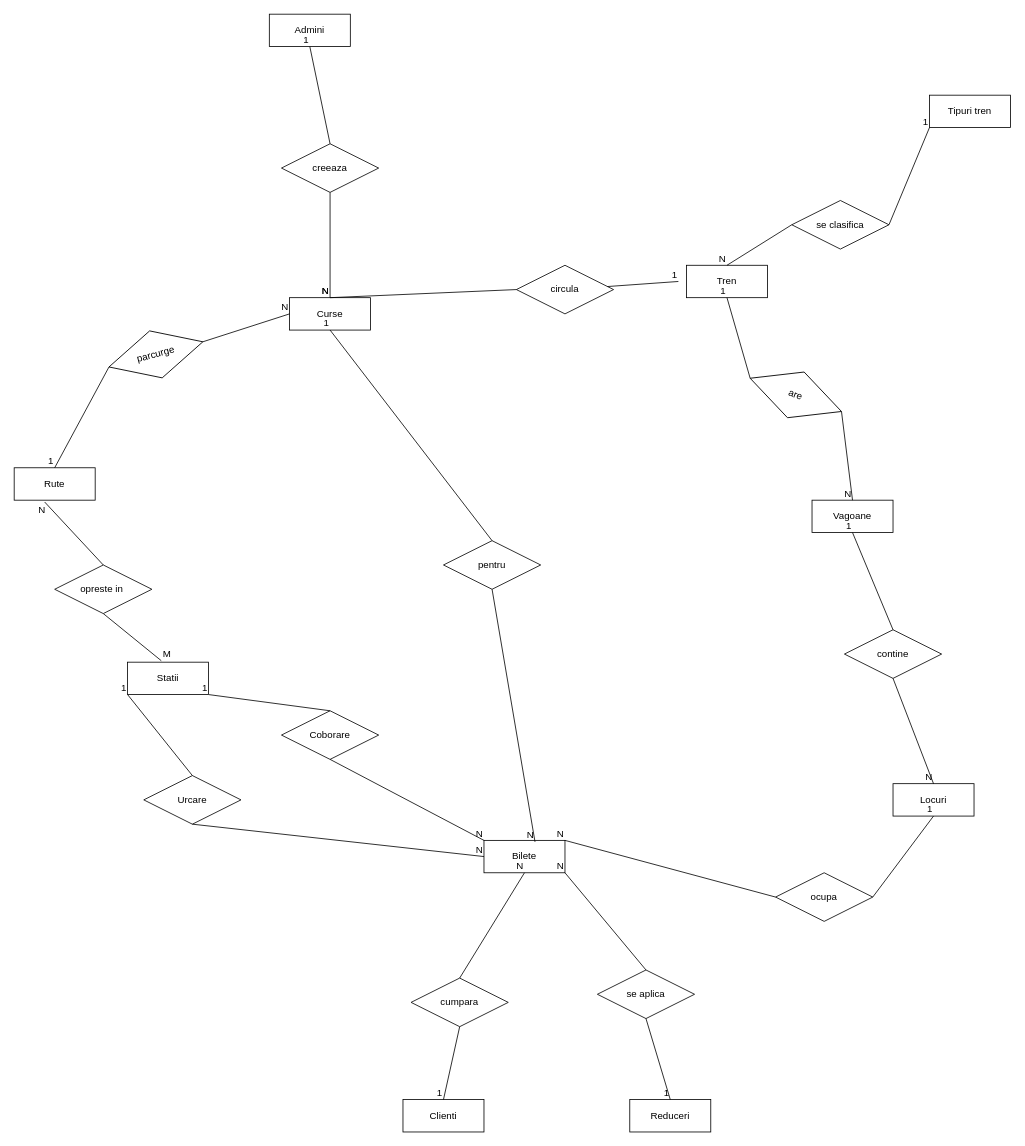
Before: diagrama_er.drawio in andrasarmasi/proiect_bd, a draw.io diagram. Source tidied: cells renumbered, new cells numbered last; positions are measured from the earlier drawing's top-left corner, leaving out a move shared by most shapes. Both pictures are drawn from the tidied source at 81%, with x=0, y=0 at pixel (14, 14).
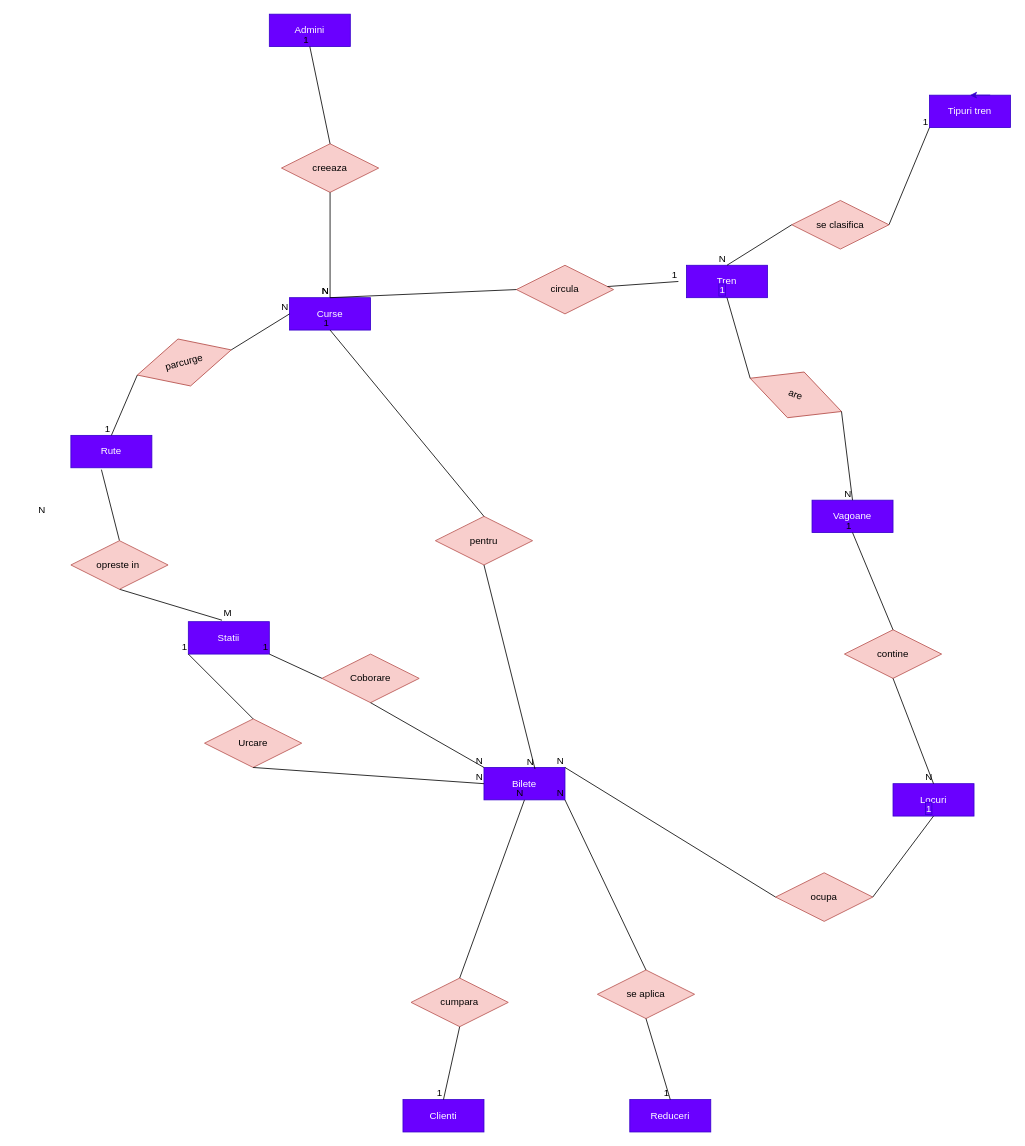
The same diagram, later.

Unchanged cells that the change refers to:
```xml
<mxCell id="14" style="endArrow=none;html=1;rounded=0;entryX=0.5;entryY=1;entryDx=0;entryDy=0;exitX=0;exitY=0.5;exitDx=0;exitDy=0;" parent="1" edge="1" source="10" target="3">
  <mxGeometry relative="1" as="geometry" />
</mxCell>
<mxCell id="24" style="endArrow=none;html=1;rounded=0;entryX=0.5;entryY=1;entryDx=0;entryDy=0;exitX=1;exitY=0.5;exitDx=0;exitDy=0;" parent="1" edge="1" source="23" target="17">
  <mxGeometry relative="1" as="geometry" />
</mxCell>
```

Change to the diagram source:
```diff
@@
-    <mxCell id="2" value="Tipuri tren" style="whiteSpace=wrap;html=1;align=center;" parent="1" vertex="1">
+    <mxCell id="2" value="Tipuri tren" style="whiteSpace=wrap;html=1;align=center;fillColor=#6a00ff;fontColor=#ffffff;strokeColor=#3700CC;" parent="1" vertex="1">
       <mxGeometry x="1130" y="100" width="100" height="40" as="geometry" />
     </mxCell>
-    <mxCell id="3" value="Tren" style="whiteSpace=wrap;html=1;align=center;" parent="1" vertex="1">
+    <mxCell id="3" value="Tren" style="whiteSpace=wrap;html=1;align=center;fillColor=#6a00ff;fontColor=#ffffff;strokeColor=#3700CC;" parent="1" vertex="1">
       <mxGeometry x="830" y="310" width="100" height="40" as="geometry" />
     </mxCell>
-    <mxCell id="4" value="se clasifica" style="shape=rhombus;perimeter=rhombusPerimeter;whiteSpace=wrap;html=1;align=center;" parent="1" vertex="1">
+    <mxCell id="4" value="se clasifica" style="shape=rhombus;perimeter=rhombusPerimeter;whiteSpace=wrap;html=1;align=center;fillColor=#f8cecc;strokeColor=#b85450;" parent="1" vertex="1">
       <mxGeometry x="960" y="230" width="120" height="60" as="geometry" />
     </mxCell>
@@
-    <mxCell id="10" value="are" style="shape=rhombus;perimeter=rhombusPerimeter;whiteSpace=wrap;html=1;align=center;rotation=20;" parent="1" vertex="1">
+    <mxCell id="10" value="are" style="shape=rhombus;perimeter=rhombusPerimeter;whiteSpace=wrap;html=1;align=center;rotation=20;fillColor=#f8cecc;strokeColor=#b85450;" parent="1" vertex="1">
       <mxGeometry x="905" y="440" width="120" height="60" as="geometry" />
     </mxCell>
-    <mxCell id="11" value="Vagoane" style="whiteSpace=wrap;html=1;align=center;" parent="1" vertex="1">
+    <mxCell id="11" value="Vagoane" style="whiteSpace=wrap;html=1;align=center;fillColor=#6a00ff;fontColor=#ffffff;strokeColor=#3700CC;" parent="1" vertex="1">
       <mxGeometry x="985" y="600" width="100" height="40" as="geometry" />
     </mxCell>
@@
-    <mxCell id="15" value="1" style="html=1;whiteSpace=wrap;align=right;verticalAlign=bottom;" parent="14" vertex="1">
+    <mxCell id="15" value="1" style="html=1;whiteSpace=wrap;align=right;verticalAlign=bottom;labelBackgroundColor=#6a00ff;fontColor=#ffffff;labelBorderColor=#3700CC;" parent="14" vertex="1">
       <mxGeometry x="0.99" relative="1" as="geometry" />
     </mxCell>
-    <mxCell id="16" value="contine" style="shape=rhombus;perimeter=rhombusPerimeter;whiteSpace=wrap;html=1;align=center;" parent="1" vertex="1">
+    <mxCell id="16" value="contine" style="shape=rhombus;perimeter=rhombusPerimeter;whiteSpace=wrap;html=1;align=center;fillColor=#f8cecc;strokeColor=#b85450;" parent="1" vertex="1">
       <mxGeometry x="1025" y="760" width="120" height="60" as="geometry" />
     </mxCell>
-    <mxCell id="17" value="Locuri" style="whiteSpace=wrap;html=1;align=center;" parent="1" vertex="1">
+    <mxCell id="17" value="Locuri" style="whiteSpace=wrap;html=1;align=center;fillColor=#6a00ff;fontColor=#ffffff;strokeColor=#3700CC;" parent="1" vertex="1">
       <mxGeometry x="1085" y="950" width="100" height="40" as="geometry" />
     </mxCell>
@@
-    <mxCell id="22" value="Bilete" style="whiteSpace=wrap;html=1;align=center;" parent="1" vertex="1">
-      <mxGeometry x="580" y="1020" width="100" height="40" as="geometry" />
+    <mxCell id="22" value="Bilete" style="whiteSpace=wrap;html=1;align=center;fillColor=#6a00ff;fontColor=#ffffff;strokeColor=#3700CC;" parent="1" vertex="1">
+      <mxGeometry x="580" y="930" width="100" height="40" as="geometry" />
     </mxCell>
-    <mxCell id="23" value="ocupa" style="shape=rhombus;perimeter=rhombusPerimeter;whiteSpace=wrap;html=1;align=center;" parent="1" vertex="1">
+    <mxCell id="23" value="ocupa" style="shape=rhombus;perimeter=rhombusPerimeter;whiteSpace=wrap;html=1;align=center;fillColor=#f8cecc;strokeColor=#b85450;" parent="1" vertex="1">
       <mxGeometry x="940" y="1060" width="120" height="60" as="geometry" />
     </mxCell>
@@
-    <mxCell id="25" value="1" style="html=1;whiteSpace=wrap;align=right;verticalAlign=bottom;" parent="24" vertex="1">
+    <mxCell id="25" value="1" style="html=1;whiteSpace=wrap;align=right;verticalAlign=bottom;labelBackgroundColor=#6a00ff;fontColor=#ffffff;labelBorderColor=#3700CC;" parent="24" vertex="1">
       <mxGeometry x="1" relative="1" as="geometry" />
     </mxCell>
@@
-    <mxCell id="28" value="Statii" style="whiteSpace=wrap;html=1;align=center;" parent="1" vertex="1">
-      <mxGeometry x="140" y="800" width="100" height="40" as="geometry" />
+    <mxCell id="28" value="Statii" style="whiteSpace=wrap;html=1;align=center;fillColor=#6a00ff;fontColor=#ffffff;strokeColor=#3700CC;" parent="1" vertex="1">
+      <mxGeometry x="215" y="750" width="100" height="40" as="geometry" />
     </mxCell>
@@
-    <mxCell id="31" value="Coborare" style="shape=rhombus;perimeter=rhombusPerimeter;whiteSpace=wrap;html=1;align=center;" parent="1" vertex="1">
-      <mxGeometry x="330" y="860" width="120" height="60" as="geometry" />
+    <mxCell id="31" value="Coborare" style="shape=rhombus;perimeter=rhombusPerimeter;whiteSpace=wrap;html=1;align=center;fillColor=#f8cecc;strokeColor=#b85450;" parent="1" vertex="1">
+      <mxGeometry x="380" y="790" width="120" height="60" as="geometry" />
     </mxCell>
-    <mxCell id="32" value="Urcare" style="shape=rhombus;perimeter=rhombusPerimeter;whiteSpace=wrap;html=1;align=center;" parent="1" vertex="1">
-      <mxGeometry x="160" y="940" width="120" height="60" as="geometry" />
+    <mxCell id="32" value="Urcare" style="shape=rhombus;perimeter=rhombusPerimeter;whiteSpace=wrap;html=1;align=center;fillColor=#f8cecc;strokeColor=#b85450;" parent="1" vertex="1">
+      <mxGeometry x="235" y="870" width="120" height="60" as="geometry" />
     </mxCell>
@@
-    <mxCell id="35" style="endArrow=none;html=1;rounded=0;entryX=1;entryY=1;entryDx=0;entryDy=0;exitX=0.5;exitY=0;exitDx=0;exitDy=0;" parent="1" edge="1" source="31" target="28">
+    <mxCell id="35" style="endArrow=none;html=1;rounded=0;entryX=1;entryY=1;entryDx=0;entryDy=0;exitX=0;exitY=0.5;exitDx=0;exitDy=0;" parent="1" edge="1" source="31" target="28">
       <mxGeometry relative="1" as="geometry" />
     </mxCell>
@@
-    <mxCell id="41" value="circula" style="shape=rhombus;perimeter=rhombusPerimeter;whiteSpace=wrap;html=1;align=center;" parent="1" vertex="1">
+    <mxCell id="41" value="circula" style="shape=rhombus;perimeter=rhombusPerimeter;whiteSpace=wrap;html=1;align=center;fillColor=#f8cecc;strokeColor=#b85450;" parent="1" vertex="1">
       <mxGeometry x="620" y="310" width="120" height="60" as="geometry" />
     </mxCell>
-    <mxCell id="42" value="Curse" style="whiteSpace=wrap;html=1;align=center;" parent="1" vertex="1">
+    <mxCell id="42" value="Curse" style="whiteSpace=wrap;html=1;align=center;fillColor=#6a00ff;fontColor=#ffffff;strokeColor=#3700CC;" parent="1" vertex="1">
       <mxGeometry x="340" y="350" width="100" height="40" as="geometry" />
     </mxCell>
@@
-    <mxCell id="47" value="pentru" style="shape=rhombus;perimeter=rhombusPerimeter;whiteSpace=wrap;html=1;align=center;" parent="1" vertex="1">
-      <mxGeometry x="530" y="650" width="120" height="60" as="geometry" />
+    <mxCell id="47" value="pentru" style="shape=rhombus;perimeter=rhombusPerimeter;whiteSpace=wrap;html=1;align=center;fillColor=#f8cecc;strokeColor=#b85450;" parent="1" vertex="1">
+      <mxGeometry x="520" y="620" width="120" height="60" as="geometry" />
     </mxCell>
@@
-    <mxCell id="52" value="creeaza" style="shape=rhombus;perimeter=rhombusPerimeter;whiteSpace=wrap;html=1;align=center;" parent="1" vertex="1">
+    <mxCell id="52" value="creeaza" style="shape=rhombus;perimeter=rhombusPerimeter;whiteSpace=wrap;html=1;align=center;fillColor=#f8cecc;strokeColor=#b85450;" parent="1" vertex="1">
       <mxGeometry x="330" y="160" width="120" height="60" as="geometry" />
     </mxCell>
-    <mxCell id="53" value="Admini" style="whiteSpace=wrap;html=1;align=center;" parent="1" vertex="1">
+    <mxCell id="53" value="Admini" style="whiteSpace=wrap;html=1;align=center;fillColor=#6a00ff;fontColor=#ffffff;strokeColor=#3700CC;" parent="1" vertex="1">
       <mxGeometry x="315" width="100" height="40" as="geometry" />
     </mxCell>
@@
-    <mxCell id="58" value="Clienti" style="whiteSpace=wrap;html=1;align=center;" parent="1" vertex="1">
+    <mxCell id="58" value="Clienti" style="whiteSpace=wrap;html=1;align=center;fillColor=#6a00ff;fontColor=#ffffff;strokeColor=#3700CC;" parent="1" vertex="1">
       <mxGeometry x="480" y="1340" width="100" height="40" as="geometry" />
     </mxCell>
-    <mxCell id="59" value="cumpara" style="shape=rhombus;perimeter=rhombusPerimeter;whiteSpace=wrap;html=1;align=center;" parent="1" vertex="1">
+    <mxCell id="59" value="cumpara" style="shape=rhombus;perimeter=rhombusPerimeter;whiteSpace=wrap;html=1;align=center;fillColor=#f8cecc;strokeColor=#b85450;" parent="1" vertex="1">
       <mxGeometry x="490" y="1190" width="120" height="60" as="geometry" />
     </mxCell>
@@
-    <mxCell id="64" value="se aplica" style="shape=rhombus;perimeter=rhombusPerimeter;whiteSpace=wrap;html=1;align=center;" parent="1" vertex="1">
+    <mxCell id="64" value="se aplica" style="shape=rhombus;perimeter=rhombusPerimeter;whiteSpace=wrap;html=1;align=center;fillColor=#f8cecc;strokeColor=#b85450;" parent="1" vertex="1">
       <mxGeometry x="720" y="1180" width="120" height="60" as="geometry" />
     </mxCell>
-    <mxCell id="65" value="Reduceri" style="whiteSpace=wrap;html=1;align=center;" parent="1" vertex="1">
+    <mxCell id="65" value="Reduceri" style="whiteSpace=wrap;html=1;align=center;fillColor=#6a00ff;fontColor=#ffffff;strokeColor=#3700CC;" parent="1" vertex="1">
       <mxGeometry x="760" y="1340" width="100" height="40" as="geometry" />
     </mxCell>
@@
-    <mxCell id="70" value="Rute" style="whiteSpace=wrap;html=1;align=center;" parent="1" vertex="1">
-      <mxGeometry y="560" width="100" height="40" as="geometry" />
+    <mxCell id="70" value="Rute" style="whiteSpace=wrap;html=1;align=center;fillColor=#6a00ff;fontColor=#ffffff;strokeColor=#3700CC;" parent="1" vertex="1">
+      <mxGeometry x="70" y="520" width="100" height="40" as="geometry" />
     </mxCell>
-    <mxCell id="71" value="parcurge" style="shape=rhombus;perimeter=rhombusPerimeter;whiteSpace=wrap;html=1;align=center;rotation=-15;" parent="1" vertex="1">
-      <mxGeometry x="115" y="390" width="120" height="60" as="geometry" />
+    <mxCell id="71" value="parcurge" style="shape=rhombus;perimeter=rhombusPerimeter;whiteSpace=wrap;html=1;align=center;rotation=-15;fillColor=#f8cecc;strokeColor=#b85450;" parent="1" vertex="1">
+      <mxGeometry x="150" y="400" width="120" height="60" as="geometry" />
     </mxCell>
@@
-    <mxCell id="78" value="opreste in&amp;nbsp;" style="shape=rhombus;perimeter=rhombusPerimeter;whiteSpace=wrap;html=1;align=center;" parent="1" vertex="1">
-      <mxGeometry x="50" y="680" width="120" height="60" as="geometry" />
+    <mxCell id="78" value="opreste in&amp;nbsp;" style="shape=rhombus;perimeter=rhombusPerimeter;whiteSpace=wrap;html=1;align=center;fillColor=#f8cecc;strokeColor=#b85450;" parent="1" vertex="1">
+      <mxGeometry x="70" y="650" width="120" height="60" as="geometry" />
     </mxCell>
+    <mxCell id="79" style="edgeStyle=orthogonalEdgeStyle;rounded=0;orthogonalLoop=1;jettySize=auto;html=1;innerLoopWaypoints=1;exitX=0.75;exitY=0;exitDx=0;exitDy=0;entryX=0.5;entryY=0;entryDx=0;entryDy=0;fillColor=#6a00ff;strokeColor=#3700CC;" parent="1" edge="1" source="2" target="2">
+      <mxGeometry relative="1" as="geometry" />
+    </mxCell>
```
